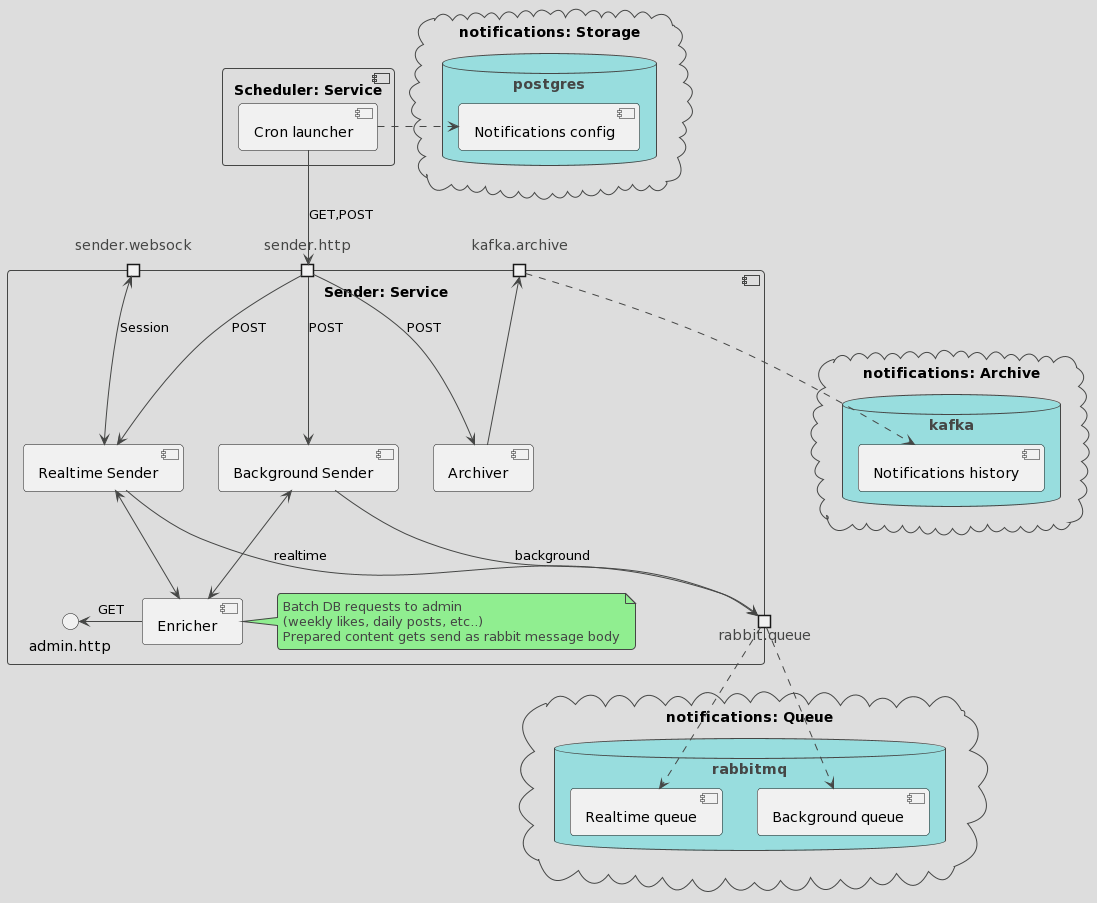
ilya-spy/notifications_sprint_1 keeps this PlantUML diagram as doc/arch/notifications_sender.png. Above is the earlier version.
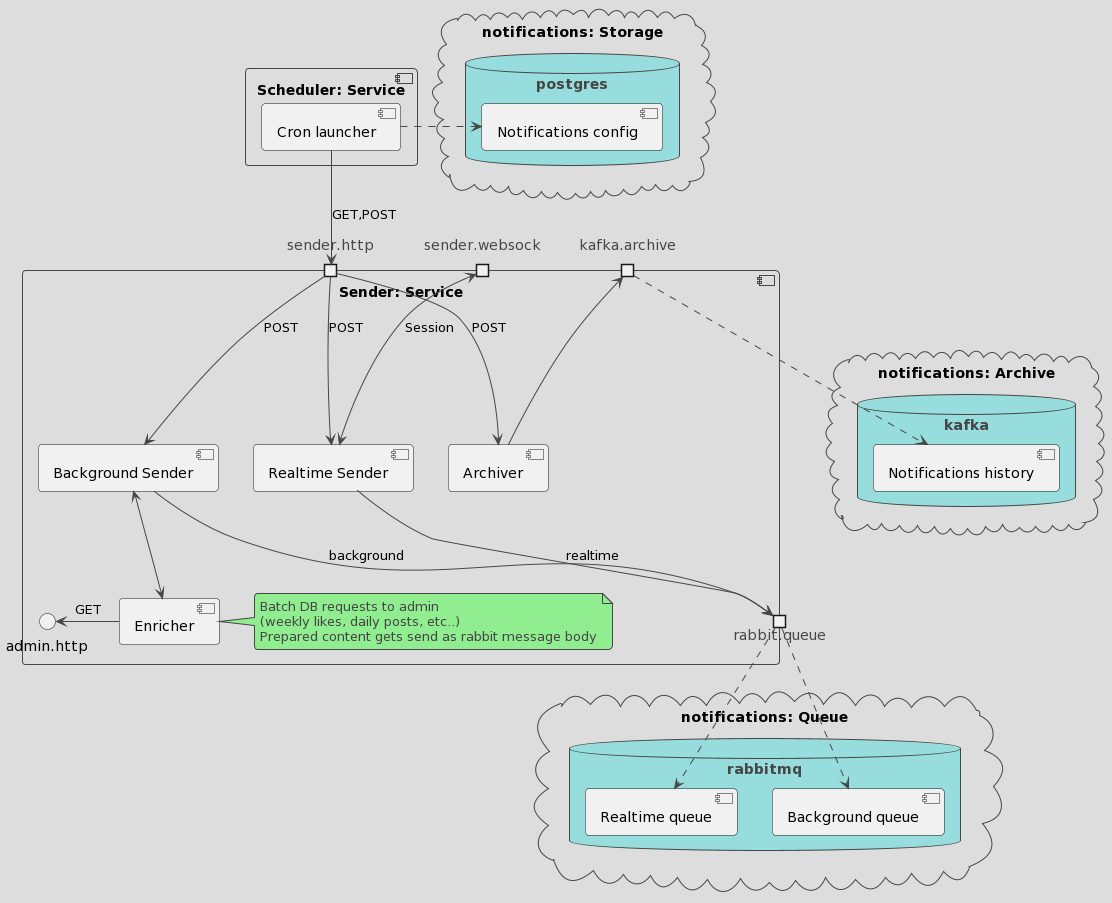
Later version of the same file.

Diff of the diagram source:
```diff
@@ -40,7 +40,6 @@
     [Background Sender]
     [Archiver]
 
-    [Realtime Sender] <--> [Enricher]
     [Background Sender] <--> [Enricher]
 
     sender.http --> [Background Sender]: POST
```
